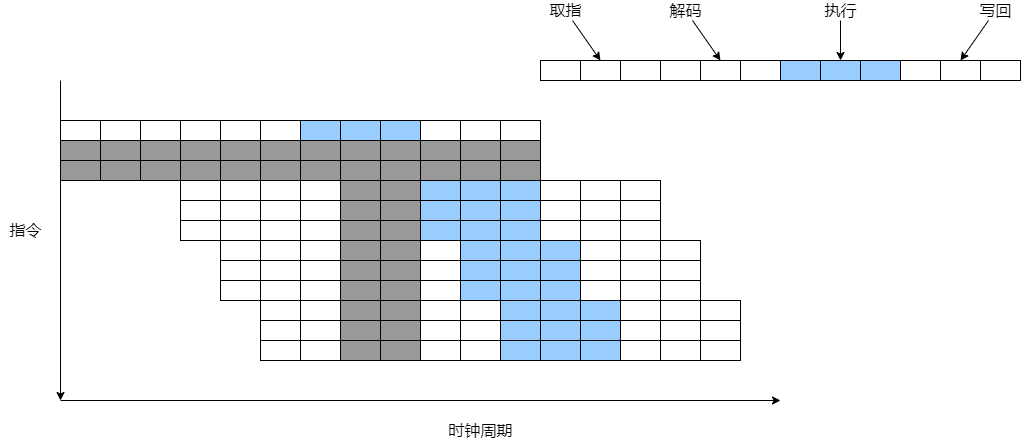
Above: superpipelined.superscalar.dependency.png in craftsfish/design (draw.io), before the change. Source tidied: cells renumbered, new cells last; positions are measured from the earlier drawing's top-left corner, leaving out a move shared by most shapes.
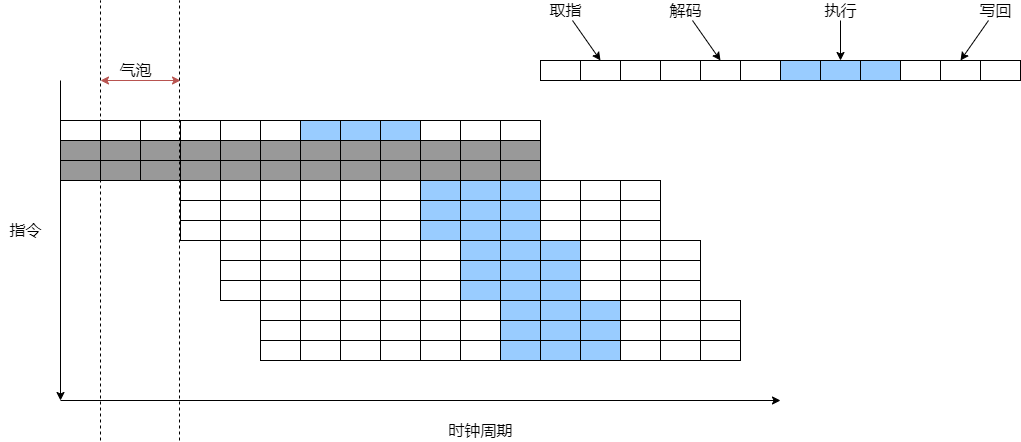
After the change.

Change to the diagram source:
```diff
@@ -211,10 +211,10 @@
     <mxCell id="68" style="rounded=0;whiteSpace=wrap;html=1;fillColor=#FFFFFF;" parent="1" vertex="1">
       <mxGeometry x="300" y="180" width="40" height="20" as="geometry" />
     </mxCell>
-    <mxCell id="69" style="rounded=0;whiteSpace=wrap;html=1;fillColor=#999999;" parent="1" vertex="1">
+    <mxCell id="69" style="rounded=0;whiteSpace=wrap;html=1;fillColor=#FFFFFF;" parent="1" vertex="1">
       <mxGeometry x="340" y="180" width="40" height="20" as="geometry" />
     </mxCell>
-    <mxCell id="70" style="rounded=0;whiteSpace=wrap;html=1;fillColor=#999999;" parent="1" vertex="1">
+    <mxCell id="70" style="rounded=0;whiteSpace=wrap;html=1;fillColor=#FFFFFF;" parent="1" vertex="1">
       <mxGeometry x="380" y="180" width="40" height="20" as="geometry" />
     </mxCell>
     <mxCell id="71" style="rounded=0;whiteSpace=wrap;html=1;fillColor=#FFFFFF;" parent="1" vertex="1">
@@ -247,10 +247,10 @@
     <mxCell id="80" style="rounded=0;whiteSpace=wrap;html=1;fillColor=#FFFFFF;" parent="1" vertex="1">
       <mxGeometry x="300" y="200" width="40" height="20" as="geometry" />
     </mxCell>
-    <mxCell id="81" style="rounded=0;whiteSpace=wrap;html=1;fillColor=#999999;" parent="1" vertex="1">
+    <mxCell id="81" style="rounded=0;whiteSpace=wrap;html=1;fillColor=#FFFFFF;" parent="1" vertex="1">
       <mxGeometry x="340" y="200" width="40" height="20" as="geometry" />
     </mxCell>
-    <mxCell id="82" style="rounded=0;whiteSpace=wrap;html=1;fillColor=#999999;" parent="1" vertex="1">
+    <mxCell id="82" style="rounded=0;whiteSpace=wrap;html=1;fillColor=#FFFFFF;" parent="1" vertex="1">
       <mxGeometry x="380" y="200" width="40" height="20" as="geometry" />
     </mxCell>
     <mxCell id="83" style="rounded=0;whiteSpace=wrap;html=1;fillColor=#FFFFFF;" parent="1" vertex="1">
@@ -283,10 +283,10 @@
     <mxCell id="92" style="rounded=0;whiteSpace=wrap;html=1;fillColor=#FFFFFF;" parent="1" vertex="1">
       <mxGeometry x="300" y="220" width="40" height="20" as="geometry" />
     </mxCell>
-    <mxCell id="93" style="rounded=0;whiteSpace=wrap;html=1;fillColor=#999999;" parent="1" vertex="1">
+    <mxCell id="93" style="rounded=0;whiteSpace=wrap;html=1;fillColor=#FFFFFF;" parent="1" vertex="1">
       <mxGeometry x="340" y="220" width="40" height="20" as="geometry" />
     </mxCell>
-    <mxCell id="94" style="rounded=0;whiteSpace=wrap;html=1;fillColor=#999999;" parent="1" vertex="1">
+    <mxCell id="94" style="rounded=0;whiteSpace=wrap;html=1;fillColor=#FFFFFF;" parent="1" vertex="1">
       <mxGeometry x="380" y="220" width="40" height="20" as="geometry" />
     </mxCell>
     <mxCell id="95" style="rounded=0;whiteSpace=wrap;html=1;fillColor=#FFFFFF;" parent="1" vertex="1">
@@ -316,10 +316,10 @@
     <mxCell id="103" style="rounded=0;whiteSpace=wrap;html=1;fillColor=#FFFFFF;" parent="1" vertex="1">
       <mxGeometry x="300" y="240" width="40" height="20" as="geometry" />
     </mxCell>
-    <mxCell id="104" style="rounded=0;whiteSpace=wrap;html=1;fillColor=#999999;" parent="1" vertex="1">
+    <mxCell id="104" style="rounded=0;whiteSpace=wrap;html=1;fillColor=#FFFFFF;" parent="1" vertex="1">
       <mxGeometry x="340" y="240" width="40" height="20" as="geometry" />
     </mxCell>
-    <mxCell id="105" style="rounded=0;whiteSpace=wrap;html=1;fillColor=#999999;" parent="1" vertex="1">
+    <mxCell id="105" style="rounded=0;whiteSpace=wrap;html=1;fillColor=#FFFFFF;" parent="1" vertex="1">
       <mxGeometry x="380" y="240" width="40" height="20" as="geometry" />
     </mxCell>
     <mxCell id="106" style="rounded=0;whiteSpace=wrap;html=1;fillColor=#FFFFFF;" parent="1" vertex="1">
@@ -352,10 +352,10 @@
     <mxCell id="115" style="rounded=0;whiteSpace=wrap;html=1;fillColor=#FFFFFF;" parent="1" vertex="1">
       <mxGeometry x="300" y="260" width="40" height="20" as="geometry" />
     </mxCell>
-    <mxCell id="116" style="rounded=0;whiteSpace=wrap;html=1;fillColor=#999999;" parent="1" vertex="1">
+    <mxCell id="116" style="rounded=0;whiteSpace=wrap;html=1;fillColor=#FFFFFF;" parent="1" vertex="1">
       <mxGeometry x="340" y="260" width="40" height="20" as="geometry" />
     </mxCell>
-    <mxCell id="117" style="rounded=0;whiteSpace=wrap;html=1;fillColor=#999999;" parent="1" vertex="1">
+    <mxCell id="117" style="rounded=0;whiteSpace=wrap;html=1;fillColor=#FFFFFF;" parent="1" vertex="1">
       <mxGeometry x="380" y="260" width="40" height="20" as="geometry" />
     </mxCell>
     <mxCell id="118" style="rounded=0;whiteSpace=wrap;html=1;fillColor=#FFFFFF;" parent="1" vertex="1">
@@ -388,10 +388,10 @@
     <mxCell id="127" style="rounded=0;whiteSpace=wrap;html=1;fillColor=#FFFFFF;" parent="1" vertex="1">
       <mxGeometry x="300" y="280" width="40" height="20" as="geometry" />
     </mxCell>
-    <mxCell id="128" style="rounded=0;whiteSpace=wrap;html=1;fillColor=#999999;" parent="1" vertex="1">
+    <mxCell id="128" style="rounded=0;whiteSpace=wrap;html=1;fillColor=#FFFFFF;" parent="1" vertex="1">
       <mxGeometry x="340" y="280" width="40" height="20" as="geometry" />
     </mxCell>
-    <mxCell id="129" style="rounded=0;whiteSpace=wrap;html=1;fillColor=#999999;" parent="1" vertex="1">
+    <mxCell id="129" style="rounded=0;whiteSpace=wrap;html=1;fillColor=#FFFFFF;" parent="1" vertex="1">
       <mxGeometry x="380" y="280" width="40" height="20" as="geometry" />
     </mxCell>
     <mxCell id="130" style="rounded=0;whiteSpace=wrap;html=1;fillColor=#FFFFFF;" parent="1" vertex="1">
@@ -421,10 +421,10 @@
     <mxCell id="138" style="rounded=0;whiteSpace=wrap;html=1;fillColor=#FFFFFF;" parent="1" vertex="1">
       <mxGeometry x="300" y="300" width="40" height="20" as="geometry" />
     </mxCell>
-    <mxCell id="139" style="rounded=0;whiteSpace=wrap;html=1;fillColor=#999999;" parent="1" vertex="1">
+    <mxCell id="139" style="rounded=0;whiteSpace=wrap;html=1;fillColor=#FFFFFF;" parent="1" vertex="1">
       <mxGeometry x="340" y="300" width="40" height="20" as="geometry" />
     </mxCell>
-    <mxCell id="140" style="rounded=0;whiteSpace=wrap;html=1;fillColor=#999999;" parent="1" vertex="1">
+    <mxCell id="140" style="rounded=0;whiteSpace=wrap;html=1;fillColor=#FFFFFF;" parent="1" vertex="1">
       <mxGeometry x="380" y="300" width="40" height="20" as="geometry" />
     </mxCell>
     <mxCell id="141" style="rounded=0;whiteSpace=wrap;html=1;fillColor=#FFFFFF;" parent="1" vertex="1">
@@ -457,10 +457,10 @@
     <mxCell id="150" style="rounded=0;whiteSpace=wrap;html=1;fillColor=#FFFFFF;" parent="1" vertex="1">
       <mxGeometry x="300" y="320" width="40" height="20" as="geometry" />
     </mxCell>
-    <mxCell id="151" style="rounded=0;whiteSpace=wrap;html=1;fillColor=#999999;" parent="1" vertex="1">
+    <mxCell id="151" style="rounded=0;whiteSpace=wrap;html=1;fillColor=#FFFFFF;" parent="1" vertex="1">
       <mxGeometry x="340" y="320" width="40" height="20" as="geometry" />
     </mxCell>
-    <mxCell id="152" style="rounded=0;whiteSpace=wrap;html=1;fillColor=#999999;" parent="1" vertex="1">
+    <mxCell id="152" style="rounded=0;whiteSpace=wrap;html=1;fillColor=#FFFFFF;" parent="1" vertex="1">
       <mxGeometry x="380" y="320" width="40" height="20" as="geometry" />
     </mxCell>
     <mxCell id="153" style="rounded=0;whiteSpace=wrap;html=1;fillColor=#FFFFFF;" parent="1" vertex="1">
@@ -493,10 +493,10 @@
     <mxCell id="162" style="rounded=0;whiteSpace=wrap;html=1;fillColor=#FFFFFF;" parent="1" vertex="1">
       <mxGeometry x="300" y="340" width="40" height="20" as="geometry" />
     </mxCell>
-    <mxCell id="163" style="rounded=0;whiteSpace=wrap;html=1;fillColor=#999999;" parent="1" vertex="1">
+    <mxCell id="163" style="rounded=0;whiteSpace=wrap;html=1;fillColor=#FFFFFF;" parent="1" vertex="1">
       <mxGeometry x="340" y="340" width="40" height="20" as="geometry" />
     </mxCell>
-    <mxCell id="164" style="rounded=0;whiteSpace=wrap;html=1;fillColor=#999999;" parent="1" vertex="1">
+    <mxCell id="164" style="rounded=0;whiteSpace=wrap;html=1;fillColor=#FFFFFF;" parent="1" vertex="1">
       <mxGeometry x="380" y="340" width="40" height="20" as="geometry" />
     </mxCell>
     <mxCell id="165" style="rounded=0;whiteSpace=wrap;html=1;fillColor=#FFFFFF;" parent="1" vertex="1">
@@ -514,5 +514,26 @@
     <mxCell id="169" style="rounded=0;whiteSpace=wrap;html=1;fillColor=#FFFFFF;" parent="1" vertex="1">
       <mxGeometry x="700" y="340" width="40" height="20" as="geometry" />
     </mxCell>
+    <mxCell id="170" style="endArrow=classic;startArrow=classic;html=1;fillColor=#f8cecc;strokeColor=#b85450;" parent="1" edge="1">
+      <mxGeometry relative="1" as="geometry">
+        <mxPoint x="100" y="80" as="sourcePoint" />
+        <mxPoint x="180" y="80" as="targetPoint" />
+      </mxGeometry>
+    </mxCell>
+    <mxCell id="171" style="endArrow=none;dashed=1;html=1;" parent="1" edge="1">
+      <mxGeometry relative="1" as="geometry">
+        <mxPoint x="100" y="440" as="sourcePoint" />
+        <mxPoint x="100" as="targetPoint" />
+      </mxGeometry>
+    </mxCell>
+    <mxCell id="172" style="endArrow=none;dashed=1;html=1;" parent="1" edge="1">
+      <mxGeometry relative="1" as="geometry">
+        <mxPoint x="179" y="440" as="sourcePoint" />
+        <mxPoint x="179" as="targetPoint" />
+      </mxGeometry>
+    </mxCell>
+    <mxCell id="173" value="气泡" style="text;html=1;align=center;verticalAlign=middle;fontSize=16;fontFamily=Times New Roman;" parent="1" vertex="1">
+      <mxGeometry x="110" y="60" width="50" height="20" as="geometry" />
+    </mxCell>
   </root>
 </mxGraphModel>
```
